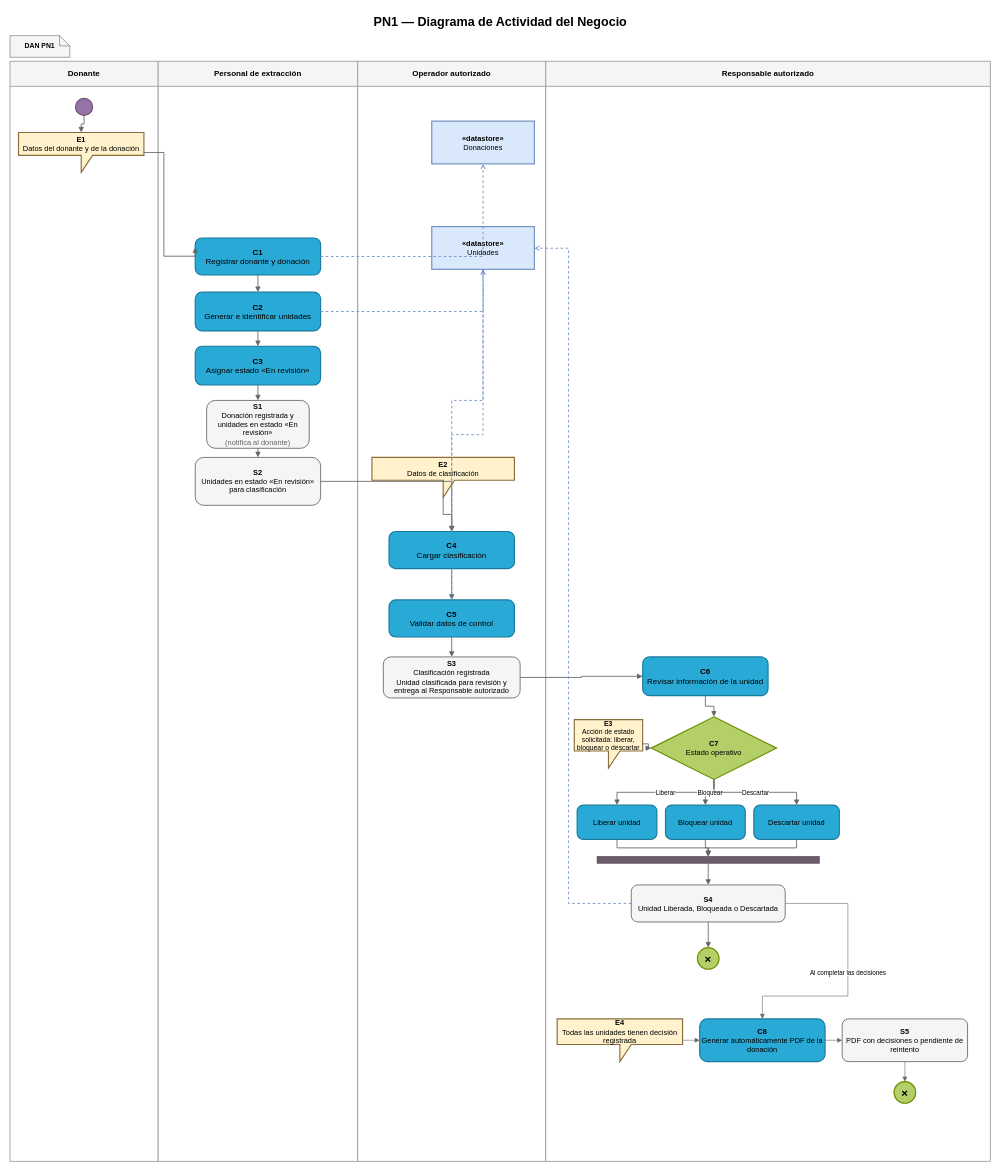
This is Diagramas/Secuencia de Roles/PN1_DiagramaActividadNegocio.drawio from juanNH/Ingenieria-de-Software, a draw.io file, before an edit. Source tidied: cells renumbered, new cells numbered last; positions are measured from the earlier drawing's top-left corner, leaving out a move shared by most shapes. Both pictures are drawn from the tidied source at 57%, with x=0, y=0 at pixel (10, 10).
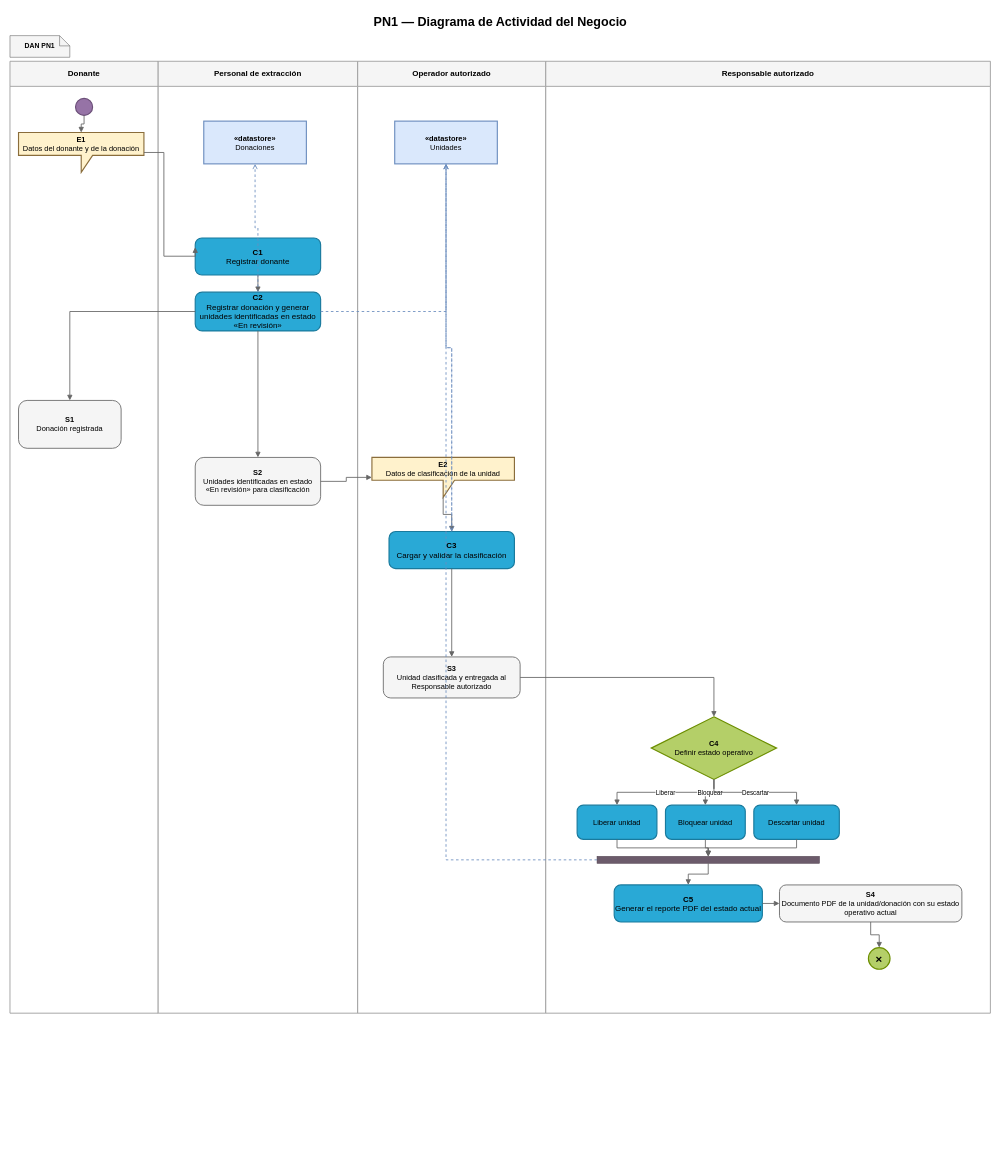
The same page after the edit.

Unchanged cells that the change refers to:
```xml
<mxCell id="27" style="rounded=0;whiteSpace=wrap;html=1;fillColor=#6c5b6b;strokeColor=#4d3d4c;strokeWidth=1;" parent="1" vertex="1">
  <mxGeometry x="1030" y="1485" width="390" height="12" as="geometry" />
</mxCell>
```

The edit, as a diff of the source:
```diff
@@
     <mxCell id="4" value="&lt;b&gt;Donante&lt;/b&gt;" style="swimlane;horizontal=1;startSize=44;whiteSpace=wrap;html=1;rounded=0;fillColor=#f5f5f5;swimlaneFillColor=#ffffff;strokeColor=#999999;strokeWidth=1.5;fontSize=14;fontFamily=Arial;align=center;verticalAlign=middle;" parent="1" vertex="1">
-      <mxGeometry y="90" width="260" height="1930" as="geometry" />
+      <mxGeometry y="90" width="260" height="1670" as="geometry" />
     </mxCell>
     <mxCell id="5" value="&lt;b&gt;Personal de extracción&lt;/b&gt;" style="swimlane;horizontal=1;startSize=44;whiteSpace=wrap;html=1;rounded=0;fillColor=#f5f5f5;swimlaneFillColor=#ffffff;strokeColor=#999999;strokeWidth=1.5;fontSize=14;fontFamily=Arial;align=center;verticalAlign=middle;" parent="1" vertex="1">
-      <mxGeometry x="260" y="90" width="350" height="1930" as="geometry" />
+      <mxGeometry x="260" y="90" width="350" height="1670" as="geometry" />
     </mxCell>
     <mxCell id="6" value="&lt;b&gt;Operador autorizado&lt;/b&gt;" style="swimlane;horizontal=1;startSize=44;whiteSpace=wrap;html=1;rounded=0;fillColor=#f5f5f5;swimlaneFillColor=#ffffff;strokeColor=#999999;strokeWidth=1.5;fontSize=14;fontFamily=Arial;align=center;verticalAlign=middle;" parent="1" vertex="1">
-      <mxGeometry x="610" y="90" width="330" height="1930" as="geometry" />
+      <mxGeometry x="610" y="90" width="330" height="1670" as="geometry" />
     </mxCell>
     <mxCell id="7" value="&lt;b&gt;Responsable autorizado&lt;/b&gt;" style="swimlane;horizontal=1;startSize=44;whiteSpace=wrap;html=1;rounded=0;fillColor=#f5f5f5;swimlaneFillColor=#ffffff;strokeColor=#999999;strokeWidth=1.5;fontSize=14;fontFamily=Arial;align=center;verticalAlign=middle;" parent="1" vertex="1">
-      <mxGeometry x="940" y="90" width="780" height="1930" as="geometry" />
+      <mxGeometry x="940" y="90" width="780" height="1670" as="geometry" />
     </mxCell>
@@
-    <mxCell id="10" value="&lt;b&gt;C1&lt;/b&gt;&lt;br&gt;Registrar donante y donación" style="rounded=1;whiteSpace=wrap;html=1;arcSize=18;fillColor=#29a9d6;strokeColor=#197a9d;strokeWidth=2;fontSize=14;fontFamily=Arial;align=center;verticalAlign=middle;" parent="1" vertex="1">
+    <mxCell id="10" value="&lt;b&gt;C1&lt;/b&gt;&lt;br&gt;Registrar donante" style="rounded=1;whiteSpace=wrap;html=1;arcSize=18;fillColor=#29a9d6;strokeColor=#197a9d;strokeWidth=2;fontSize=14;fontFamily=Arial;align=center;verticalAlign=middle;" parent="1" vertex="1">
       <mxGeometry x="325" y="400" width="220" height="65" as="geometry" />
     </mxCell>
-    <mxCell id="11" value="&lt;b&gt;S1&lt;/b&gt;&lt;br&gt;Donación registrada y unidades en estado «En revisión»&lt;br&gt;&lt;font color=&quot;#666666&quot;&gt;(notifica al donante)&lt;/font&gt;" style="rounded=1;whiteSpace=wrap;html=1;arcSize=18;fillColor=#f5f5f5;strokeColor=#666666;strokeWidth=1.5;fontSize=13;fontFamily=Arial;align=center;verticalAlign=middle;" parent="1" vertex="1">
-      <mxGeometry x="345" y="685" width="180" height="84" as="geometry" />
+    <mxCell id="11" value="&lt;b&gt;S1&lt;/b&gt;&lt;br&gt;Donación registrada" style="rounded=1;whiteSpace=wrap;html=1;arcSize=18;fillColor=#f5f5f5;strokeColor=#666666;strokeWidth=1.5;fontSize=13;fontFamily=Arial;align=center;verticalAlign=middle;" parent="1" vertex="1">
+      <mxGeometry x="15" y="685" width="180" height="84" as="geometry" />
     </mxCell>
     <mxCell id="12" value="&lt;b&gt;«datastore»&lt;/b&gt;&lt;br&gt;Donaciones" style="rounded=0;whiteSpace=wrap;html=1;fillColor=#dae8fc;strokeColor=#6c8ebf;strokeWidth=2;fontSize=13;fontFamily=Arial;align=center;verticalAlign=middle;" parent="1" vertex="1">
-      <mxGeometry x="740" y="195" width="180" height="75" as="geometry" />
+      <mxGeometry x="340" y="195" width="180" height="75" as="geometry" />
     </mxCell>
-    <mxCell id="13" value="&lt;b&gt;C2&lt;/b&gt;&lt;br&gt;Generar e identificar unidades" style="rounded=1;whiteSpace=wrap;html=1;arcSize=18;fillColor=#29a9d6;strokeColor=#197a9d;strokeWidth=2;fontSize=14;fontFamily=Arial;align=center;verticalAlign=middle;" parent="1" vertex="1">
+    <mxCell id="13" value="&lt;b&gt;C2&lt;/b&gt;&lt;br&gt;Registrar donación y generar unidades identificadas en estado «En revisión»" style="rounded=1;whiteSpace=wrap;html=1;arcSize=18;fillColor=#29a9d6;strokeColor=#197a9d;strokeWidth=2;fontSize=14;fontFamily=Arial;align=center;verticalAlign=middle;" parent="1" vertex="1">
       <mxGeometry x="325" y="495" width="220" height="68" as="geometry" />
     </mxCell>
-    <mxCell id="14" value="&lt;b&gt;C3&lt;/b&gt;&lt;br&gt;Asignar estado «En revisión»" style="rounded=1;whiteSpace=wrap;html=1;arcSize=18;fillColor=#29a9d6;strokeColor=#197a9d;strokeWidth=2;fontSize=14;fontFamily=Arial;align=center;verticalAlign=middle;" parent="1" vertex="1">
-      <mxGeometry x="325" y="590" width="220" height="68" as="geometry" />
-    </mxCell>
-    <mxCell id="15" value="&lt;b&gt;S2&lt;/b&gt;&lt;br&gt;Unidades en estado «En revisión» para clasificación" style="rounded=1;whiteSpace=wrap;html=1;arcSize=18;fillColor=#f5f5f5;strokeColor=#666666;strokeWidth=1.5;fontSize=13;fontFamily=Arial;align=center;verticalAlign=middle;" parent="1" vertex="1">
+    <mxCell id="15" value="&lt;b&gt;S2&lt;/b&gt;&lt;br&gt;Unidades identificadas en estado «En revisión» para clasificación" style="rounded=1;whiteSpace=wrap;html=1;arcSize=18;fillColor=#f5f5f5;strokeColor=#666666;strokeWidth=1.5;fontSize=13;fontFamily=Arial;align=center;verticalAlign=middle;" parent="1" vertex="1">
       <mxGeometry x="325" y="785" width="220" height="84" as="geometry" />
     </mxCell>
     <mxCell id="16" value="&lt;b&gt;«datastore»&lt;/b&gt;&lt;br&gt;Unidades" style="rounded=0;whiteSpace=wrap;html=1;fillColor=#dae8fc;strokeColor=#6c8ebf;strokeWidth=2;fontSize=13;fontFamily=Arial;align=center;verticalAlign=middle;" parent="1" vertex="1">
-      <mxGeometry x="740" y="380" width="180" height="75" as="geometry" />
+      <mxGeometry x="675" y="195" width="180" height="75" as="geometry" />
     </mxCell>
-    <mxCell id="17" value="&lt;b&gt;E2&lt;/b&gt;&lt;br&gt;Datos de clasificación" style="shape=callout;whiteSpace=wrap;html=1;perimeter=rectanglePerimeter;fillColor=#fff2cc;strokeColor=#8a6d3b;strokeWidth=2;fontSize=13;fontFamily=Arial;align=center;verticalAlign=middle;" parent="1" vertex="1">
+    <mxCell id="17" value="&lt;b&gt;E2&lt;/b&gt;&lt;br&gt;Datos de clasificación de la unidad" style="shape=callout;whiteSpace=wrap;html=1;perimeter=rectanglePerimeter;fillColor=#fff2cc;strokeColor=#8a6d3b;strokeWidth=2;fontSize=13;fontFamily=Arial;align=center;verticalAlign=middle;" parent="1" vertex="1">
       <mxGeometry x="635" y="785" width="250" height="70" as="geometry" />
     </mxCell>
-    <mxCell id="18" value="&lt;b&gt;C4&lt;/b&gt;&lt;br&gt;Cargar clasificación" style="rounded=1;whiteSpace=wrap;html=1;arcSize=18;fillColor=#29a9d6;strokeColor=#197a9d;strokeWidth=2;fontSize=14;fontFamily=Arial;align=center;verticalAlign=middle;" parent="1" vertex="1">
+    <mxCell id="18" value="&lt;b&gt;C3&lt;/b&gt;&lt;br&gt;Cargar y validar la clasificación" style="rounded=1;whiteSpace=wrap;html=1;arcSize=18;fillColor=#29a9d6;strokeColor=#197a9d;strokeWidth=2;fontSize=14;fontFamily=Arial;align=center;verticalAlign=middle;" parent="1" vertex="1">
       <mxGeometry x="665" y="915" width="220" height="65" as="geometry" />
     </mxCell>
-    <mxCell id="19" value="&lt;b&gt;C5&lt;/b&gt;&lt;br&gt;Validar datos de control" style="rounded=1;whiteSpace=wrap;html=1;arcSize=18;fillColor=#29a9d6;strokeColor=#197a9d;strokeWidth=2;fontSize=14;fontFamily=Arial;align=center;verticalAlign=middle;" parent="1" vertex="1">
-      <mxGeometry x="665" y="1035" width="220" height="65" as="geometry" />
-    </mxCell>
-    <mxCell id="20" value="&lt;b&gt;S3&lt;/b&gt;&lt;br&gt;Clasificación registrada&lt;br&gt;Unidad clasificada para revisión y entrega al Responsable autorizado" style="rounded=1;whiteSpace=wrap;html=1;arcSize=18;fillColor=#f5f5f5;strokeColor=#666666;strokeWidth=1.5;fontSize=13;fontFamily=Arial;align=center;verticalAlign=middle;" parent="1" vertex="1">
+    <mxCell id="20" value="&lt;b&gt;S3&lt;/b&gt;&lt;br&gt;Unidad clasificada y entregada al Responsable autorizado" style="rounded=1;whiteSpace=wrap;html=1;arcSize=18;fillColor=#f5f5f5;strokeColor=#666666;strokeWidth=1.5;fontSize=13;fontFamily=Arial;align=center;verticalAlign=middle;" parent="1" vertex="1">
       <mxGeometry x="655" y="1135" width="240" height="72" as="geometry" />
     </mxCell>
-    <mxCell id="21" value="&lt;b&gt;C6&lt;/b&gt;&lt;br&gt;Revisar información de la unidad" style="rounded=1;whiteSpace=wrap;html=1;arcSize=18;fillColor=#29a9d6;strokeColor=#197a9d;strokeWidth=2;fontSize=14;fontFamily=Arial;align=center;verticalAlign=middle;" parent="1" vertex="1">
-      <mxGeometry x="1110" y="1135" width="220" height="68" as="geometry" />
-    </mxCell>
-    <mxCell id="22" value="&lt;b&gt;E3&lt;/b&gt;&lt;br&gt;Acción de estado solicitada: liberar, bloquear o descartar" style="shape=callout;whiteSpace=wrap;html=1;perimeter=rectanglePerimeter;fillColor=#fff2cc;strokeColor=#8a6d3b;strokeWidth=2;fontSize=12;fontFamily=Arial;align=center;verticalAlign=middle;" parent="1" vertex="1">
-      <mxGeometry x="990" y="1245" width="120" height="85" as="geometry" />
-    </mxCell>
-    <mxCell id="23" value="&lt;b&gt;C7&lt;/b&gt;&lt;br&gt;Estado operativo" style="rhombus;whiteSpace=wrap;html=1;fillColor=#b4cf68;strokeColor=#6c8e00;strokeWidth=2;fontSize=13;fontFamily=Arial;align=center;verticalAlign=middle;" parent="1" vertex="1">
+    <mxCell id="23" value="&lt;b&gt;C4&lt;/b&gt;&lt;br&gt;Definir estado operativo" style="rhombus;whiteSpace=wrap;html=1;fillColor=#b4cf68;strokeColor=#6c8e00;strokeWidth=2;fontSize=13;fontFamily=Arial;align=center;verticalAlign=middle;" parent="1" vertex="1">
       <mxGeometry x="1125" y="1240" width="220" height="110" as="geometry" />
     </mxCell>
@@
-    <mxCell id="28" value="&lt;b&gt;S4&lt;/b&gt;&lt;br&gt;Unidad Liberada, Bloqueada o Descartada" style="rounded=1;whiteSpace=wrap;html=1;arcSize=18;fillColor=#f5f5f5;strokeColor=#666666;strokeWidth=1.5;fontSize=13;fontFamily=Arial;align=center;verticalAlign=middle;" parent="1" vertex="1">
-      <mxGeometry x="1090" y="1535" width="270" height="65" as="geometry" />
+    <mxCell id="28" value="&lt;b&gt;C5&lt;/b&gt;&lt;br&gt;Generar el reporte PDF del estado actual" style="rounded=1;whiteSpace=wrap;html=1;arcSize=18;fillColor=#29a9d6;strokeColor=#197a9d;strokeWidth=2;fontSize=14;fontFamily=Arial;align=center;verticalAlign=middle;" parent="1" vertex="1">
+      <mxGeometry x="1060" y="1535" width="260" height="65" as="geometry" />
     </mxCell>
     <mxCell id="29" value="×" style="ellipse;whiteSpace=wrap;html=1;fillColor=#b4cf68;strokeColor=#6c8e00;strokeWidth=2;fontStyle=1;fontSize=20;fontFamily=Arial;align=center;verticalAlign=middle;" parent="1" vertex="1">
-      <mxGeometry x="1206" y="1645" width="38" height="38" as="geometry" />
+      <mxGeometry x="1506" y="1645" width="38" height="38" as="geometry" />
     </mxCell>
@@
-    <mxCell id="33" style="edgeStyle=orthogonalEdgeStyle;rounded=0;html=1;endArrow=block;endFill=1;strokeColor=#666666;strokeWidth=1.5;" parent="1" edge="1" source="14" target="11">
-      <mxGeometry relative="1" as="geometry" />
-    </mxCell>
-    <mxCell id="34" style="edgeStyle=orthogonalEdgeStyle;rounded=0;html=1;endArrow=block;endFill=1;strokeColor=#666666;strokeWidth=1.5;" parent="1" edge="1" source="13" target="14">
-      <mxGeometry relative="1" as="geometry" />
-    </mxCell>
-    <mxCell id="35" style="edgeStyle=orthogonalEdgeStyle;rounded=0;html=1;endArrow=block;endFill=1;strokeColor=#666666;strokeWidth=1.5;" parent="1" edge="1" source="11" target="15">
-      <mxGeometry relative="1" as="geometry" />
-    </mxCell>
-    <mxCell id="36" style="edgeStyle=orthogonalEdgeStyle;rounded=0;html=1;endArrow=block;endFill=1;strokeColor=#666666;strokeWidth=1.5;" parent="1" edge="1" source="15" target="18">
-      <mxGeometry relative="1" as="geometry" />
-    </mxCell>
-    <mxCell id="37" style="edgeStyle=orthogonalEdgeStyle;rounded=0;html=1;endArrow=block;endFill=1;strokeColor=#666666;strokeWidth=1.5;" parent="1" edge="1" source="17" target="18">
-      <mxGeometry relative="1" as="geometry" />
-    </mxCell>
-    <mxCell id="38" style="edgeStyle=orthogonalEdgeStyle;rounded=0;html=1;endArrow=block;endFill=1;strokeColor=#666666;strokeWidth=1.5;" parent="1" edge="1" source="18" target="19">
-      <mxGeometry relative="1" as="geometry" />
-    </mxCell>
-    <mxCell id="39" style="edgeStyle=orthogonalEdgeStyle;rounded=0;html=1;endArrow=block;endFill=1;strokeColor=#666666;strokeWidth=1.5;" parent="1" edge="1" source="19" target="20">
-      <mxGeometry relative="1" as="geometry" />
-    </mxCell>
-    <mxCell id="40" style="edgeStyle=orthogonalEdgeStyle;rounded=0;html=1;endArrow=block;endFill=1;strokeColor=#666666;strokeWidth=1.5;" parent="1" edge="1" source="20" target="21">
-      <mxGeometry relative="1" as="geometry" />
-    </mxCell>
-    <mxCell id="41" style="edgeStyle=orthogonalEdgeStyle;rounded=0;html=1;endArrow=block;endFill=1;strokeColor=#666666;strokeWidth=1.5;" parent="1" edge="1" source="21" target="23">
-      <mxGeometry relative="1" as="geometry" />
-    </mxCell>
-    <mxCell id="42" style="edgeStyle=orthogonalEdgeStyle;rounded=0;html=1;endArrow=block;endFill=1;strokeColor=#666666;strokeWidth=1.5;" parent="1" edge="1" source="22" target="23">
-      <mxGeometry relative="1" as="geometry" />
-    </mxCell>
@@
+    <mxCell id="52" style="edgeStyle=orthogonalEdgeStyle;rounded=0;html=1;dashed=1;endArrow=open;endFill=0;strokeColor=#6c8ebf;strokeWidth=1.5;" parent="1" edge="1" source="13" target="16">
+      <mxGeometry relative="1" as="geometry" />
+    </mxCell>
+    <mxCell id="64" value="&lt;b&gt;S4&lt;/b&gt;&lt;br&gt;Documento PDF de la unidad/donación con su estado operativo actual" style="rounded=1;whiteSpace=wrap;html=1;arcSize=18;fillColor=#f5f5f5;strokeColor=#666666;strokeWidth=1.5;fontSize=13;fontFamily=Arial;align=center;verticalAlign=middle;" parent="1" vertex="1">
+      <mxGeometry x="1350" y="1535" width="320" height="65" as="geometry" />
+    </mxCell>
+    <mxCell id="65" style="edgeStyle=orthogonalEdgeStyle;rounded=0;html=1;endArrow=block;endFill=1;strokeColor=#666666;strokeWidth=1.5;" parent="1" edge="1" source="13" target="11">
+      <mxGeometry relative="1" as="geometry" />
+    </mxCell>
+    <mxCell id="66" style="edgeStyle=orthogonalEdgeStyle;rounded=0;html=1;endArrow=block;endFill=1;strokeColor=#666666;strokeWidth=1.5;" parent="1" edge="1" source="13" target="15">
+      <mxGeometry relative="1" as="geometry" />
+    </mxCell>
+    <mxCell id="67" style="edgeStyle=orthogonalEdgeStyle;rounded=0;html=1;endArrow=block;endFill=1;strokeColor=#666666;strokeWidth=1.5;" parent="1" edge="1" source="15" target="17">
+      <mxGeometry relative="1" as="geometry" />
+    </mxCell>
+    <mxCell id="37" style="edgeStyle=orthogonalEdgeStyle;rounded=0;html=1;endArrow=block;endFill=1;strokeColor=#666666;strokeWidth=1.5;" parent="1" edge="1" source="17" target="18">
+      <mxGeometry relative="1" as="geometry" />
+    </mxCell>
+    <mxCell id="68" style="edgeStyle=orthogonalEdgeStyle;rounded=0;html=1;endArrow=block;endFill=1;strokeColor=#666666;strokeWidth=1.5;" parent="1" edge="1" source="18" target="20">
+      <mxGeometry relative="1" as="geometry" />
+    </mxCell>
+    <mxCell id="69" style="edgeStyle=orthogonalEdgeStyle;rounded=0;html=1;endArrow=block;endFill=1;strokeColor=#666666;strokeWidth=1.5;" parent="1" edge="1" source="20" target="23">
+      <mxGeometry relative="1" as="geometry" />
+    </mxCell>
@@
+    <mxCell id="70" style="edgeStyle=orthogonalEdgeStyle;rounded=0;html=1;endArrow=block;endFill=1;strokeColor=#666666;strokeWidth=1.5;" parent="1" edge="1" source="28" target="64">
+      <mxGeometry relative="1" as="geometry" />
+    </mxCell>
-    <mxCell id="50" style="edgeStyle=orthogonalEdgeStyle;rounded=0;html=1;endArrow=block;endFill=1;strokeColor=#666666;strokeWidth=1.5;" parent="1" edge="1" source="28" target="29">
+    <mxCell id="50" style="edgeStyle=orthogonalEdgeStyle;rounded=0;html=1;endArrow=block;endFill=1;strokeColor=#666666;strokeWidth=1.5;" parent="1" edge="1" source="64" target="29">
       <mxGeometry relative="1" as="geometry" />
     </mxCell>
-    <mxCell id="51" style="edgeStyle=orthogonalEdgeStyle;rounded=0;html=1;dashed=1;endArrow=open;endFill=0;strokeColor=#6c8ebf;strokeWidth=1.5;" parent="1" edge="1" source="10" target="12">
-      <mxGeometry relative="1" as="geometry" />
-    </mxCell>
-    <mxCell id="52" style="edgeStyle=orthogonalEdgeStyle;rounded=0;html=1;dashed=1;endArrow=open;endFill=0;strokeColor=#6c8ebf;strokeWidth=1.5;" parent="1" edge="1" source="13" target="16">
-      <mxGeometry relative="1" as="geometry" />
-    </mxCell>
+    <mxCell id="71" style="edgeStyle=orthogonalEdgeStyle;rounded=0;html=1;dashed=1;endArrow=open;endFill=0;strokeColor=#6c8ebf;strokeWidth=1.5;" parent="1" edge="1" source="13" target="12">
+      <mxGeometry relative="1" as="geometry" />
+    </mxCell>
@@
-    <mxCell id="54" style="edgeStyle=orthogonalEdgeStyle;rounded=0;html=1;dashed=1;endArrow=open;endFill=0;strokeColor=#6c8ebf;strokeWidth=1.5;" parent="1" edge="1" source="16" target="19">
-      <mxGeometry relative="1" as="geometry" />
-    </mxCell>
-    <mxCell id="55" style="edgeStyle=orthogonalEdgeStyle;rounded=0;html=1;dashed=1;endArrow=open;endFill=0;strokeColor=#6c8ebf;strokeWidth=1.5;" parent="1" edge="1" source="28" target="16">
-      <mxGeometry relative="1" as="geometry">
-        <Array as="points">
-          <mxPoint x="980" y="1567" />
-          <mxPoint x="980" y="418" />
-          <mxPoint x="920" y="418" />
-        </Array>
-      </mxGeometry>
-    </mxCell>
-    <mxCell id="56" value="&lt;b&gt;E4&lt;/b&gt;&lt;br&gt;Todas las unidades tienen decisión registrada" style="shape=callout;whiteSpace=wrap;html=1;fillColor=#fff2cc;strokeColor=#8a6d3b;strokeWidth=2;fontSize=13;fontFamily=Arial;align=center;verticalAlign=middle;" parent="1" vertex="1">
-      <mxGeometry x="960" y="1770" width="220" height="75" as="geometry" />
-    </mxCell>
-    <mxCell id="57" value="&lt;b&gt;C8&lt;/b&gt;&lt;br&gt;Generar automáticamente PDF de la donación" style="rounded=1;whiteSpace=wrap;html=1;arcSize=18;fillColor=#29a9d6;strokeColor=#197a9d;strokeWidth=2;fontSize=13;fontFamily=Arial;align=center;verticalAlign=middle;" parent="1" vertex="1">
-      <mxGeometry x="1210" y="1770" width="220" height="75" as="geometry" />
-    </mxCell>
-    <mxCell id="58" value="&lt;b&gt;S5&lt;/b&gt;&lt;br&gt;PDF con decisiones o pendiente de reintento" style="rounded=1;whiteSpace=wrap;html=1;fillColor=#f5f5f5;strokeColor=#666666;strokeWidth=1.5;fontSize=13;fontFamily=Arial;align=center;verticalAlign=middle;" parent="1" vertex="1">
-      <mxGeometry x="1460" y="1770" width="220" height="75" as="geometry" />
-    </mxCell>
-    <mxCell id="59" style="edgeStyle=orthogonalEdgeStyle;rounded=0;html=1;endArrow=block;endFill=1;strokeColor=#666666;fontSize=11;" parent="1" edge="1" source="56" target="57">
-      <mxGeometry relative="1" as="geometry" />
-    </mxCell>
-    <mxCell id="60" value="Al completar las decisiones" style="edgeStyle=orthogonalEdgeStyle;rounded=0;html=1;endArrow=block;endFill=1;strokeColor=#666666;fontSize=11;" parent="1" edge="1" source="28" target="57">
-      <mxGeometry relative="1" as="geometry">
-        <Array as="points">
-          <mxPoint x="1470" y="1568" />
-          <mxPoint x="1470" y="1730" />
-          <mxPoint x="1320" y="1730" />
-        </Array>
-      </mxGeometry>
-    </mxCell>
-    <mxCell id="61" style="edgeStyle=orthogonalEdgeStyle;rounded=0;html=1;endArrow=block;endFill=1;strokeColor=#666666;fontSize=11;" parent="1" edge="1" source="57" target="58">
-      <mxGeometry relative="1" as="geometry" />
-    </mxCell>
-    <mxCell id="62" value="×" style="ellipse;whiteSpace=wrap;html=1;fillColor=#b4cf68;strokeColor=#6c8e00;strokeWidth=2;fontStyle=1;fontSize=20;" parent="1" vertex="1">
-      <mxGeometry x="1551" y="1880" width="38" height="38" as="geometry" />
-    </mxCell>
-    <mxCell id="63" style="edgeStyle=orthogonalEdgeStyle;rounded=0;html=1;endArrow=block;endFill=1;strokeColor=#666666;" parent="1" edge="1" source="58" target="62">
-      <mxGeometry relative="1" as="geometry" />
-    </mxCell>
+    <mxCell id="72" style="edgeStyle=orthogonalEdgeStyle;rounded=0;html=1;dashed=1;endArrow=open;endFill=0;strokeColor=#6c8ebf;strokeWidth=1.5;" parent="1" edge="1" source="16" target="18">
+      <mxGeometry relative="1" as="geometry" />
+    </mxCell>
+    <mxCell id="73" style="edgeStyle=orthogonalEdgeStyle;rounded=0;html=1;dashed=1;endArrow=open;endFill=0;strokeColor=#6c8ebf;strokeWidth=1.5;" parent="1" edge="1" source="27" target="16">
+      <mxGeometry relative="1" as="geometry" />
+    </mxCell>
```
